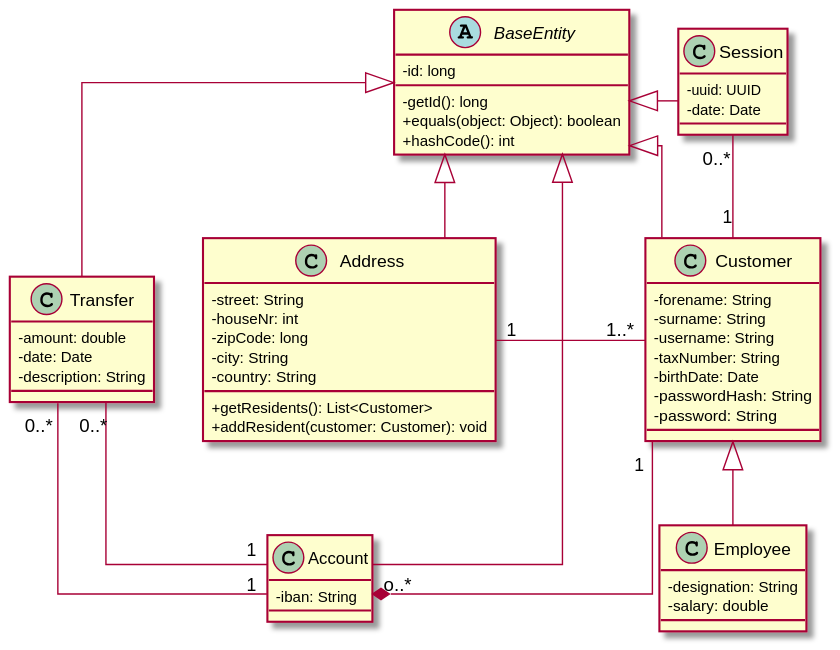
Earlier version of the PlantUML export documentation/diagrams/generatedDiagrams/DiagramClass_BankingService.svg (SteffBauer/sw_project).
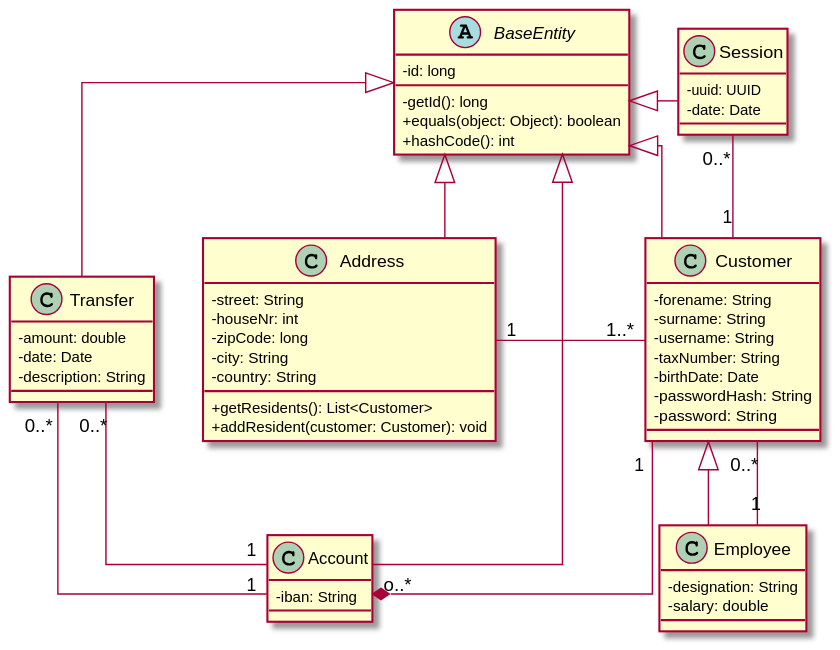
The same diagram one commit later.

Commit message:
Worked on class diagram and updated word document

Diff of the diagram source:
```diff
@@ -55,6 +55,7 @@
 Address "1" - "1..*" Customer
 Transfer "0..*" - "1" Account
 Transfer "0..*" - "1" Account
+Customer "0..*" -- "1" Employee
 
 BaseEntity <|-- Account
 BaseEntity <|-- Address
```
